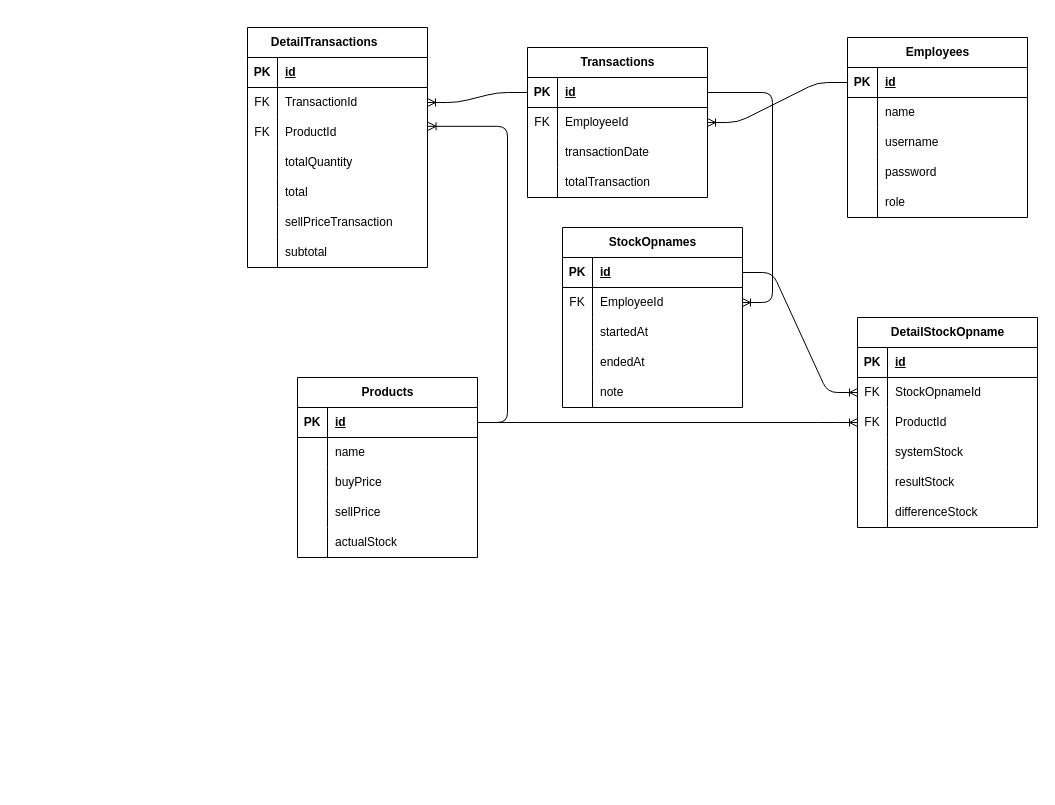
Above: schema.drawio in hafidzahm/SiCermat (draw.io), before the change. Source tidied: cells renumbered, new cells numbered last; positions are measured from the earlier drawing's top-left corner, leaving out a move shared by most shapes. Both pictures are drawn from the tidied source at 100%, with x=0, y=0 at pixel (247, 27).
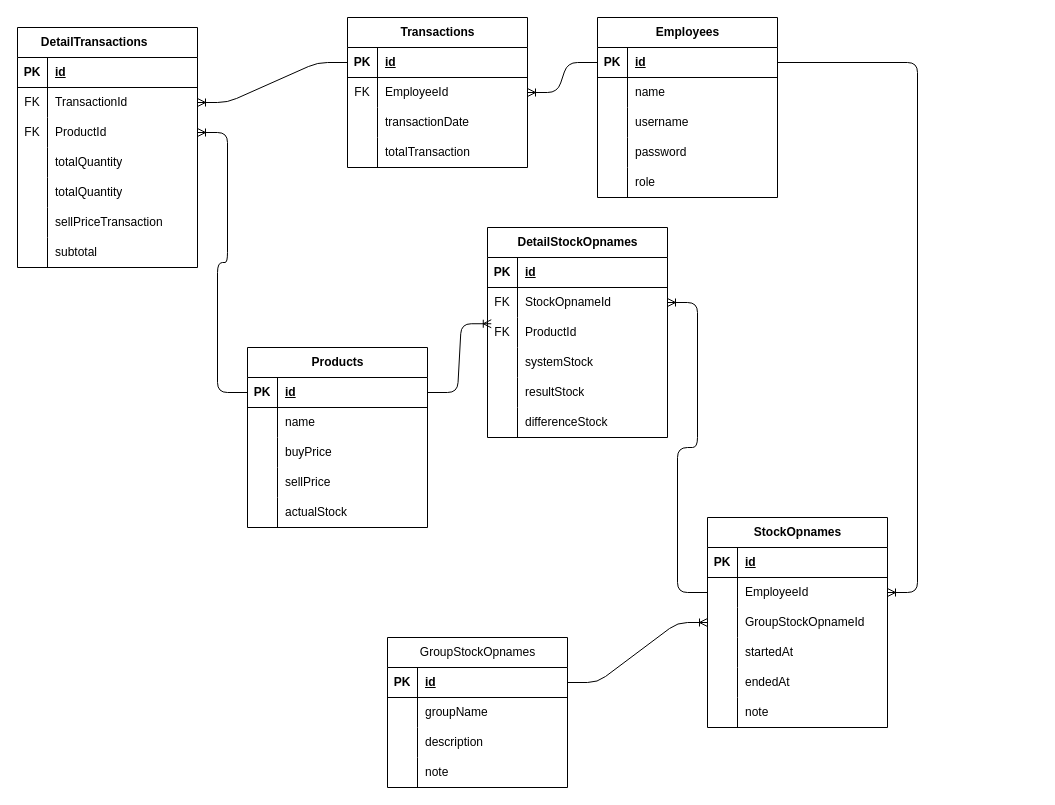
The same diagram, later.

Unchanged cells that the change refers to:
```xml
<mxCell id="3" style="shape=tableRow;horizontal=0;startSize=0;swimlaneHead=0;swimlaneBody=0;fillColor=none;points=[[0,0.5],[1,0.5]];portConstraint=eastwest;top=0;left=0;right=0;bottom=1;" parent="2" vertex="1">
  <mxGeometry y="30" width="180" height="30" as="geometry" />
</mxCell>
<mxCell id="19" style="shape=tableRow;horizontal=0;startSize=0;swimlaneHead=0;swimlaneBody=0;fillColor=none;points=[[0,0.5],[1,0.5]];portConstraint=eastwest;top=0;left=0;right=0;bottom=1;" parent="18" vertex="1">
  <mxGeometry y="30" width="180" height="30" as="geometry" />
</mxCell>
<mxCell id="35" style="shape=tableRow;horizontal=0;startSize=0;swimlaneHead=0;swimlaneBody=0;fillColor=none;points=[[0,0.5],[1,0.5]];portConstraint=eastwest;top=0;left=0;right=0;bottom=1;" parent="34" vertex="1">
  <mxGeometry y="30" width="180" height="30" as="geometry" />
</mxCell>
<mxCell id="54" style="shape=tableRow;horizontal=0;startSize=0;swimlaneHead=0;swimlaneBody=0;fillColor=none;points=[[0,0.5],[1,0.5]];portConstraint=eastwest;top=0;left=0;right=0;bottom=0;" parent="47" vertex="1">
  <mxGeometry y="90" width="180" height="30" as="geometry" />
</mxCell>
<mxCell id="89" style="shape=tableRow;horizontal=0;startSize=0;swimlaneHead=0;swimlaneBody=0;fillColor=none;points=[[0,0.5],[1,0.5]];portConstraint=eastwest;top=0;left=0;right=0;bottom=0;" parent="85" vertex="1">
  <mxGeometry y="60" width="180" height="30" as="geometry" />
</mxCell>
<mxCell id="92" style="shape=tableRow;horizontal=0;startSize=0;swimlaneHead=0;swimlaneBody=0;fillColor=none;points=[[0,0.5],[1,0.5]];portConstraint=eastwest;top=0;left=0;right=0;bottom=0;" parent="85" vertex="1">
  <mxGeometry y="90" width="180" height="30" as="geometry" />
</mxCell>
```

Change to the diagram source:
```diff
@@
     <mxCell id="2" value="Employees" style="shape=table;startSize=30;childLayout=tableLayout;rowLines=0;fontStyle=1;align=center;html=1;" parent="1" vertex="1">
-      <mxGeometry x="600" y="10" width="180" height="180" as="geometry" />
+      <mxGeometry x="350" y="-10" width="180" height="180" as="geometry" />
     </mxCell>
@@
     <mxCell id="18" value="Products" style="shape=table;startSize=30;childLayout=tableLayout;rowLines=0;fontStyle=1;align=center;html=1;" parent="1" vertex="1">
-      <mxGeometry x="50" y="350" width="180" height="180" as="geometry" />
+      <mxGeometry y="320" width="180" height="180" as="geometry" />
     </mxCell>
@@
     <mxCell id="34" value="Transactions" style="shape=table;startSize=30;childLayout=tableLayout;rowLines=0;fontStyle=1;align=center;html=1;" parent="1" vertex="1">
-      <mxGeometry x="280" y="20" width="180" height="150" as="geometry" />
+      <mxGeometry x="100" y="-10" width="180" height="150" as="geometry" />
     </mxCell>
@@
     <mxCell id="47" value="DetailTransactions&lt;span style=&quot;white-space: pre;&quot;&gt;&#9;&lt;/span&gt;" style="shape=table;startSize=30;childLayout=tableLayout;rowLines=0;fontStyle=1;align=center;html=1;" parent="1" vertex="1">
-      <mxGeometry width="180" height="240" as="geometry" />
+      <mxGeometry x="-230" width="180" height="240" as="geometry" />
     </mxCell>
@@
+    <mxCell id="110" style="shape=tableRow;horizontal=0;startSize=0;swimlaneHead=0;swimlaneBody=0;fillColor=none;top=0;left=0;right=0;bottom=0;" parent="47" vertex="1">
+      <mxGeometry y="120" width="180" height="30" as="geometry" />
+    </mxCell>
+    <mxCell id="111" style="shape=partialRectangle;fillColor=none;top=0;left=0;bottom=0;right=0;overflow=hidden;whiteSpace=wrap;html=1;" parent="110" vertex="1">
+      <mxGeometry width="30" height="30" as="geometry" />
+    </mxCell>
+    <mxCell id="112" value="totalQuantity" style="shape=partialRectangle;fillColor=none;top=0;left=0;bottom=0;right=0;align=left;spacingLeft=6;overflow=hidden;whiteSpace=wrap;html=1;" parent="110" vertex="1">
+      <mxGeometry x="30" width="150" height="30" as="geometry" />
+    </mxCell>
     <mxCell id="57" style="shape=tableRow;horizontal=0;startSize=0;swimlaneHead=0;swimlaneBody=0;fillColor=none;top=0;left=0;right=0;bottom=0;" parent="47" vertex="1">
-      <mxGeometry y="120" width="180" height="30" as="geometry" />
+      <mxGeometry y="150" width="180" height="30" as="geometry" />
     </mxCell>
@@
-    <mxCell id="60" style="shape=tableRow;horizontal=0;startSize=0;swimlaneHead=0;swimlaneBody=0;fillColor=none;top=0;left=0;right=0;bottom=0;" parent="47" vertex="1">
-      <mxGeometry y="150" width="180" height="30" as="geometry" />
-    </mxCell>
-    <mxCell id="61" style="shape=partialRectangle;fillColor=none;top=0;left=0;bottom=0;right=0;overflow=hidden;whiteSpace=wrap;html=1;" parent="60" vertex="1">
-      <mxGeometry width="30" height="30" as="geometry" />
-    </mxCell>
-    <mxCell id="62" value="total" style="shape=partialRectangle;fillColor=none;top=0;left=0;bottom=0;right=0;align=left;spacingLeft=6;overflow=hidden;whiteSpace=wrap;html=1;" parent="60" vertex="1">
-      <mxGeometry x="30" width="150" height="30" as="geometry" />
-    </mxCell>
@@
-    <mxCell id="69" value="StockOpnames" style="shape=table;startSize=30;childLayout=tableLayout;rowLines=0;fontStyle=1;align=center;html=1;" parent="1" vertex="1">
-      <mxGeometry x="315" y="200" width="180" height="180" as="geometry" />
-    </mxCell>
-    <mxCell id="70" style="shape=tableRow;horizontal=0;startSize=0;swimlaneHead=0;swimlaneBody=0;fillColor=none;points=[[0,0.5],[1,0.5]];portConstraint=eastwest;top=0;left=0;right=0;bottom=1;" parent="69" vertex="1">
-      <mxGeometry y="30" width="180" height="30" as="geometry" />
-    </mxCell>
-    <mxCell id="71" value="PK" style="shape=partialRectangle;fillColor=none;top=0;left=0;bottom=0;right=0;fontStyle=1;overflow=hidden;whiteSpace=wrap;html=1;" parent="70" vertex="1">
-      <mxGeometry width="30" height="30" as="geometry" />
-    </mxCell>
-    <mxCell id="72" value="id" style="shape=partialRectangle;fillColor=none;top=0;left=0;bottom=0;right=0;align=left;spacingLeft=6;fontStyle=5;overflow=hidden;whiteSpace=wrap;html=1;" parent="70" vertex="1">
-      <mxGeometry x="30" width="150" height="30" as="geometry" />
-    </mxCell>
-    <mxCell id="73" style="shape=tableRow;horizontal=0;startSize=0;swimlaneHead=0;swimlaneBody=0;fillColor=none;points=[[0,0.5],[1,0.5]];portConstraint=eastwest;top=0;left=0;right=0;bottom=0;" parent="69" vertex="1">
-      <mxGeometry y="60" width="180" height="30" as="geometry" />
-    </mxCell>
-    <mxCell id="74" value="FK" style="shape=partialRectangle;fillColor=none;top=0;left=0;bottom=0;right=0;overflow=hidden;whiteSpace=wrap;html=1;" parent="73" vertex="1">
-      <mxGeometry width="30" height="30" as="geometry" />
-    </mxCell>
-    <mxCell id="75" value="EmployeeId" style="shape=partialRectangle;fillColor=none;top=0;left=0;bottom=0;right=0;align=left;spacingLeft=6;overflow=hidden;whiteSpace=wrap;html=1;" parent="73" vertex="1">
-      <mxGeometry x="30" width="150" height="30" as="geometry" />
-    </mxCell>
-    <mxCell id="76" style="shape=tableRow;horizontal=0;startSize=0;swimlaneHead=0;swimlaneBody=0;fillColor=none;top=0;left=0;right=0;bottom=0;" parent="69" vertex="1">
-      <mxGeometry y="90" width="180" height="30" as="geometry" />
-    </mxCell>
-    <mxCell id="77" style="shape=partialRectangle;fillColor=none;top=0;left=0;bottom=0;right=0;overflow=hidden;whiteSpace=wrap;html=1;" parent="76" vertex="1">
-      <mxGeometry width="30" height="30" as="geometry" />
-    </mxCell>
-    <mxCell id="78" value="startedAt" style="shape=partialRectangle;fillColor=none;top=0;left=0;bottom=0;right=0;align=left;spacingLeft=6;overflow=hidden;whiteSpace=wrap;html=1;" parent="76" vertex="1">
-      <mxGeometry x="30" width="150" height="30" as="geometry" />
-    </mxCell>
-    <mxCell id="79" style="shape=tableRow;horizontal=0;startSize=0;swimlaneHead=0;swimlaneBody=0;fillColor=none;top=0;left=0;right=0;bottom=0;" parent="69" vertex="1">
-      <mxGeometry y="120" width="180" height="30" as="geometry" />
-    </mxCell>
-    <mxCell id="80" style="shape=partialRectangle;fillColor=none;top=0;left=0;bottom=0;right=0;overflow=hidden;whiteSpace=wrap;html=1;" parent="79" vertex="1">
-      <mxGeometry width="30" height="30" as="geometry" />
-    </mxCell>
-    <mxCell id="81" value="endedAt" style="shape=partialRectangle;fillColor=none;top=0;left=0;bottom=0;right=0;align=left;spacingLeft=6;overflow=hidden;whiteSpace=wrap;html=1;" parent="79" vertex="1">
-      <mxGeometry x="30" width="150" height="30" as="geometry" />
-    </mxCell>
-    <mxCell id="82" style="shape=tableRow;horizontal=0;startSize=0;swimlaneHead=0;swimlaneBody=0;fillColor=none;top=0;left=0;right=0;bottom=0;" parent="69" vertex="1">
-      <mxGeometry y="150" width="180" height="30" as="geometry" />
-    </mxCell>
-    <mxCell id="83" style="shape=partialRectangle;fillColor=none;top=0;left=0;bottom=0;right=0;overflow=hidden;whiteSpace=wrap;html=1;" parent="82" vertex="1">
-      <mxGeometry width="30" height="30" as="geometry" />
-    </mxCell>
-    <mxCell id="84" value="note" style="shape=partialRectangle;fillColor=none;top=0;left=0;bottom=0;right=0;align=left;spacingLeft=6;overflow=hidden;whiteSpace=wrap;html=1;" parent="82" vertex="1">
-      <mxGeometry x="30" width="150" height="30" as="geometry" />
-    </mxCell>
-    <mxCell id="85" value="DetailStockOpname" style="shape=table;startSize=30;childLayout=tableLayout;rowLines=0;fontStyle=1;align=center;html=1;" parent="1" vertex="1">
-      <mxGeometry x="610" y="290" width="180" height="210" as="geometry" />
+    <mxCell id="85" value="DetailStockOpnames" style="shape=table;startSize=30;childLayout=tableLayout;rowLines=0;fontStyle=1;align=center;html=1;" parent="1" vertex="1">
+      <mxGeometry x="240" y="200" width="180" height="210" as="geometry" />
     </mxCell>
@@
-    <mxCell id="106" style="edgeStyle=entityRelationEdgeStyle;fontSize=12;html=1;endArrow=ERoneToMany;entryX=1.003;entryY=0.294;entryDx=0;entryDy=0;entryPerimeter=0;" parent="1" edge="1" source="19" target="54">
+    <mxCell id="106" style="edgeStyle=entityRelationEdgeStyle;fontSize=12;html=1;endArrow=ERoneToMany;" parent="1" edge="1" source="19" target="54">
       <mxGeometry relative="1" as="geometry">
         <Array as="points">
           <mxPoint x="240" y="240" />
           <mxPoint x="260" y="260" />
           <mxPoint x="270" y="310" />
         </Array>
       </mxGeometry>
     </mxCell>
-    <mxCell id="107" style="edgeStyle=entityRelationEdgeStyle;fontSize=12;html=1;endArrow=ERoneToMany;" parent="1" edge="1" source="70" target="89">
+    <mxCell id="107" style="edgeStyle=entityRelationEdgeStyle;fontSize=12;html=1;endArrow=ERoneToMany;" parent="1" edge="1" source="132" target="89">
       <mxGeometry relative="1" as="geometry" />
     </mxCell>
+    <mxCell id="113" value="GroupStockOpnames" style="shape=table;startSize=30;childLayout=tableLayout;rowLines=0;fontStyle=0;align=center;html=1;" parent="1" vertex="1">
+      <mxGeometry x="140" y="610" width="180" height="150" as="geometry" />
+    </mxCell>
+    <mxCell id="114" style="shape=tableRow;horizontal=0;startSize=0;swimlaneHead=0;swimlaneBody=0;fillColor=none;points=[[0,0.5],[1,0.5]];portConstraint=eastwest;top=0;left=0;right=0;bottom=1;" parent="113" vertex="1">
+      <mxGeometry y="30" width="180" height="30" as="geometry" />
+    </mxCell>
+    <mxCell id="115" value="PK" style="shape=partialRectangle;fillColor=none;top=0;left=0;bottom=0;right=0;fontStyle=1;overflow=hidden;whiteSpace=wrap;html=1;" parent="114" vertex="1">
+      <mxGeometry width="30" height="30" as="geometry" />
+    </mxCell>
+    <mxCell id="116" value="id" style="shape=partialRectangle;fillColor=none;top=0;left=0;bottom=0;right=0;align=left;spacingLeft=6;fontStyle=5;overflow=hidden;whiteSpace=wrap;html=1;" parent="114" vertex="1">
+      <mxGeometry x="30" width="150" height="30" as="geometry" />
+    </mxCell>
+    <mxCell id="117" style="shape=tableRow;horizontal=0;startSize=0;swimlaneHead=0;swimlaneBody=0;fillColor=none;top=0;left=0;right=0;bottom=0;" parent="113" vertex="1">
+      <mxGeometry y="60" width="180" height="30" as="geometry" />
+    </mxCell>
+    <mxCell id="118" style="shape=partialRectangle;fillColor=none;top=0;left=0;bottom=0;right=0;overflow=hidden;whiteSpace=wrap;html=1;" parent="117" vertex="1">
+      <mxGeometry width="30" height="30" as="geometry" />
+    </mxCell>
+    <mxCell id="119" value="groupName" style="shape=partialRectangle;fillColor=none;top=0;left=0;bottom=0;right=0;align=left;spacingLeft=6;overflow=hidden;whiteSpace=wrap;html=1;" parent="117" vertex="1">
+      <mxGeometry x="30" width="150" height="30" as="geometry" />
+    </mxCell>
+    <mxCell id="120" style="shape=tableRow;horizontal=0;startSize=0;swimlaneHead=0;swimlaneBody=0;fillColor=none;top=0;left=0;right=0;bottom=0;" parent="113" vertex="1">
+      <mxGeometry y="90" width="180" height="30" as="geometry" />
+    </mxCell>
+    <mxCell id="121" style="shape=partialRectangle;fillColor=none;top=0;left=0;bottom=0;right=0;overflow=hidden;whiteSpace=wrap;html=1;" parent="120" vertex="1">
+      <mxGeometry width="30" height="30" as="geometry" />
+    </mxCell>
+    <mxCell id="122" value="description" style="shape=partialRectangle;fillColor=none;top=0;left=0;bottom=0;right=0;align=left;spacingLeft=6;overflow=hidden;whiteSpace=wrap;html=1;" parent="120" vertex="1">
+      <mxGeometry x="30" width="150" height="30" as="geometry" />
+    </mxCell>
+    <mxCell id="123" style="shape=tableRow;horizontal=0;startSize=0;swimlaneHead=0;swimlaneBody=0;fillColor=none;top=0;left=0;right=0;bottom=0;" parent="113" vertex="1">
+      <mxGeometry y="120" width="180" height="30" as="geometry" />
+    </mxCell>
+    <mxCell id="124" style="shape=partialRectangle;fillColor=none;top=0;left=0;bottom=0;right=0;overflow=hidden;whiteSpace=wrap;html=1;" parent="123" vertex="1">
+      <mxGeometry width="30" height="30" as="geometry" />
+    </mxCell>
+    <mxCell id="125" value="note" style="shape=partialRectangle;fillColor=none;top=0;left=0;bottom=0;right=0;align=left;spacingLeft=6;overflow=hidden;whiteSpace=wrap;html=1;" parent="123" vertex="1">
+      <mxGeometry x="30" width="150" height="30" as="geometry" />
+    </mxCell>
-    <mxCell id="108" style="edgeStyle=entityRelationEdgeStyle;fontSize=12;html=1;endArrow=ERoneToMany;" parent="1" edge="1" source="19" target="92">
+    <mxCell id="108" style="edgeStyle=entityRelationEdgeStyle;fontSize=12;html=1;endArrow=ERoneToMany;exitX=1;exitY=0.5;exitDx=0;exitDy=0;entryX=0.021;entryY=0.208;entryDx=0;entryDy=0;entryPerimeter=0;" parent="1" edge="1" source="19" target="92">
       <mxGeometry relative="1" as="geometry" />
     </mxCell>
-    <mxCell id="109" style="edgeStyle=entityRelationEdgeStyle;fontSize=12;html=1;endArrow=ERoneToMany;exitX=1;exitY=0.5;exitDx=0;exitDy=0;" parent="1" edge="1" source="35" target="73">
-      <mxGeometry relative="1" as="geometry">
-        <Array as="points">
-          <mxPoint x="580" y="210" />
-          <mxPoint x="560" y="220" />
-          <mxPoint x="570" y="220" />
-        </Array>
-      </mxGeometry>
-    </mxCell>
+    <mxCell id="126" style="edgeStyle=entityRelationEdgeStyle;fontSize=12;html=1;endArrow=ERoneToMany;" parent="1" edge="1" source="3" target="132">
+      <mxGeometry relative="1" as="geometry" />
+    </mxCell>
+    <mxCell id="127" style="shape=tableRow;horizontal=0;startSize=0;swimlaneHead=0;swimlaneBody=0;fillColor=none;top=0;left=0;right=0;bottom=0;" parent="1" vertex="1">
+      <mxGeometry x="460" y="660" width="180" height="30" as="geometry" />
+    </mxCell>
+    <mxCell id="128" style="shape=partialRectangle;fillColor=none;top=0;left=0;bottom=0;right=0;overflow=hidden;whiteSpace=wrap;html=1;" parent="127" vertex="1">
+      <mxGeometry width="30" height="30" as="geometry" />
+    </mxCell>
+    <mxCell id="69" value="StockOpnames" style="shape=table;startSize=30;childLayout=tableLayout;rowLines=0;fontStyle=1;align=center;html=1;" parent="1" vertex="1">
+      <mxGeometry x="460" y="490" width="180" height="210" as="geometry" />
+    </mxCell>
+    <mxCell id="129" style="shape=tableRow;horizontal=0;startSize=0;swimlaneHead=0;swimlaneBody=0;fillColor=none;top=0;left=0;right=0;bottom=1;" parent="69" vertex="1">
+      <mxGeometry y="30" width="180" height="30" as="geometry" />
+    </mxCell>
+    <mxCell id="130" value="PK" style="shape=partialRectangle;fillColor=none;top=0;left=0;bottom=0;right=0;fontStyle=1;overflow=hidden;whiteSpace=wrap;html=1;" parent="129" vertex="1">
+      <mxGeometry width="30" height="30" as="geometry" />
+    </mxCell>
+    <mxCell id="131" value="id" style="shape=partialRectangle;fillColor=none;top=0;left=0;bottom=0;right=0;align=left;spacingLeft=6;fontStyle=5;overflow=hidden;whiteSpace=wrap;html=1;" parent="129" vertex="1">
+      <mxGeometry x="30" width="150" height="30" as="geometry" />
+    </mxCell>
+    <mxCell id="132" style="shape=tableRow;horizontal=0;startSize=0;swimlaneHead=0;swimlaneBody=0;fillColor=none;points=[[0,0.5],[1,0.5]];portConstraint=eastwest;top=0;left=0;right=0;bottom=0;" parent="69" vertex="1">
+      <mxGeometry y="60" width="180" height="30" as="geometry" />
+    </mxCell>
+    <mxCell id="133" style="shape=partialRectangle;fillColor=none;top=0;left=0;bottom=0;right=0;overflow=hidden;whiteSpace=wrap;html=1;" parent="132" vertex="1">
+      <mxGeometry width="30" height="30" as="geometry" />
+    </mxCell>
+    <mxCell id="75" value="EmployeeId" style="shape=partialRectangle;fillColor=none;top=0;left=0;bottom=0;right=0;align=left;spacingLeft=6;overflow=hidden;whiteSpace=wrap;html=1;" parent="132" vertex="1">
+      <mxGeometry x="30" width="150" height="30" as="geometry" />
+    </mxCell>
+    <mxCell id="134" style="shape=tableRow;horizontal=0;startSize=0;swimlaneHead=0;swimlaneBody=0;fillColor=none;points=[[0,0.5],[1,0.5]];portConstraint=eastwest;top=0;left=0;right=0;bottom=0;" parent="69" vertex="1">
+      <mxGeometry y="90" width="180" height="30" as="geometry" />
+    </mxCell>
+    <mxCell id="135" style="shape=partialRectangle;fillColor=none;top=0;left=0;bottom=0;right=0;overflow=hidden;whiteSpace=wrap;html=1;" parent="134" vertex="1">
+      <mxGeometry width="30" height="30" as="geometry" />
+    </mxCell>
+    <mxCell id="136" value="GroupStockOpnameId" style="shape=partialRectangle;fillColor=none;top=0;left=0;bottom=0;right=0;align=left;spacingLeft=6;overflow=hidden;whiteSpace=wrap;html=1;" parent="134" vertex="1">
+      <mxGeometry x="30" width="150" height="30" as="geometry" />
+    </mxCell>
+    <mxCell id="137" style="shape=tableRow;horizontal=0;startSize=0;swimlaneHead=0;swimlaneBody=0;fillColor=none;top=0;left=0;right=0;bottom=0;" parent="69" vertex="1">
+      <mxGeometry y="120" width="180" height="30" as="geometry" />
+    </mxCell>
+    <mxCell id="138" style="shape=partialRectangle;fillColor=none;top=0;left=0;bottom=0;right=0;overflow=hidden;whiteSpace=wrap;html=1;" parent="137" vertex="1">
+      <mxGeometry width="30" height="30" as="geometry" />
+    </mxCell>
+    <mxCell id="78" value="startedAt" style="shape=partialRectangle;fillColor=none;top=0;left=0;bottom=0;right=0;align=left;spacingLeft=6;overflow=hidden;whiteSpace=wrap;html=1;" parent="137" vertex="1">
+      <mxGeometry x="30" width="150" height="30" as="geometry" />
+    </mxCell>
+    <mxCell id="139" style="shape=tableRow;horizontal=0;startSize=0;swimlaneHead=0;swimlaneBody=0;fillColor=none;top=0;left=0;right=0;bottom=0;" parent="69" vertex="1">
+      <mxGeometry y="150" width="180" height="30" as="geometry" />
+    </mxCell>
+    <mxCell id="140" style="shape=partialRectangle;fillColor=none;top=0;left=0;bottom=0;right=0;overflow=hidden;whiteSpace=wrap;html=1;" parent="139" vertex="1">
+      <mxGeometry width="30" height="30" as="geometry" />
+    </mxCell>
+    <mxCell id="81" value="endedAt" style="shape=partialRectangle;fillColor=none;top=0;left=0;bottom=0;right=0;align=left;spacingLeft=6;overflow=hidden;whiteSpace=wrap;html=1;" parent="139" vertex="1">
+      <mxGeometry x="30" width="150" height="30" as="geometry" />
+    </mxCell>
+    <mxCell id="141" style="shape=tableRow;horizontal=0;startSize=0;swimlaneHead=0;swimlaneBody=0;fillColor=none;top=0;left=0;right=0;bottom=0;" parent="69" vertex="1">
+      <mxGeometry y="180" width="180" height="30" as="geometry" />
+    </mxCell>
+    <mxCell id="142" style="shape=partialRectangle;fillColor=none;top=0;left=0;bottom=0;right=0;overflow=hidden;whiteSpace=wrap;html=1;" parent="141" vertex="1">
+      <mxGeometry width="30" height="30" as="geometry" />
+    </mxCell>
+    <mxCell id="143" value="note" style="shape=partialRectangle;fillColor=none;top=0;left=0;bottom=0;right=0;align=left;spacingLeft=6;overflow=hidden;whiteSpace=wrap;html=1;" parent="141" vertex="1">
+      <mxGeometry x="30" width="150" height="30" as="geometry" />
+    </mxCell>
+    <mxCell id="144" style="edgeStyle=entityRelationEdgeStyle;fontSize=12;html=1;endArrow=ERoneToMany;entryX=0;entryY=0.5;entryDx=0;entryDy=0;" parent="1" edge="1" source="114" target="134">
+      <mxGeometry relative="1" as="geometry" />
+    </mxCell>
```
